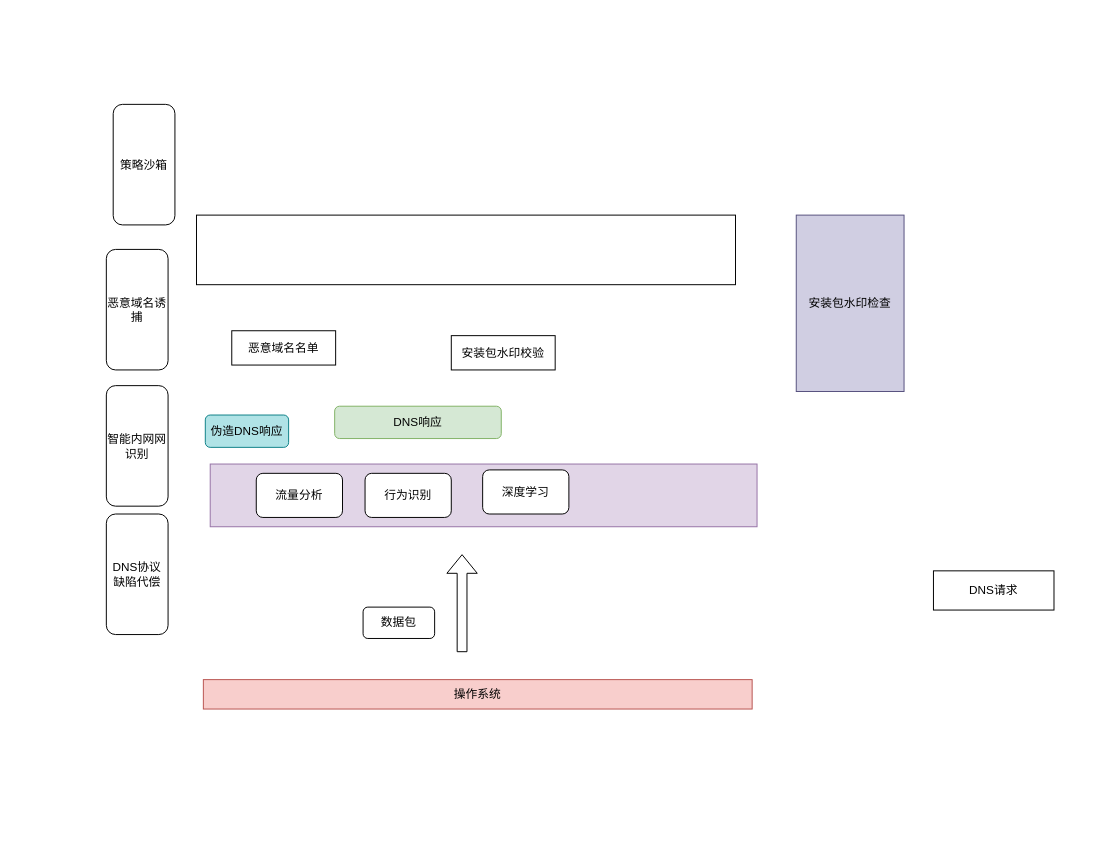
Above: page "第 3 页" (3 of 3) of drawio/dns.drawio in raingnight/Blog_Pic (draw.io), before the change. Source tidied: cells renumbered, new cells numbered last; positions are measured from the earlier drawing's top-left corner, leaving out a move shared by most shapes. Both pictures are drawn from the tidied source at 98%, with x=0, y=0 at pixel (106, 104).
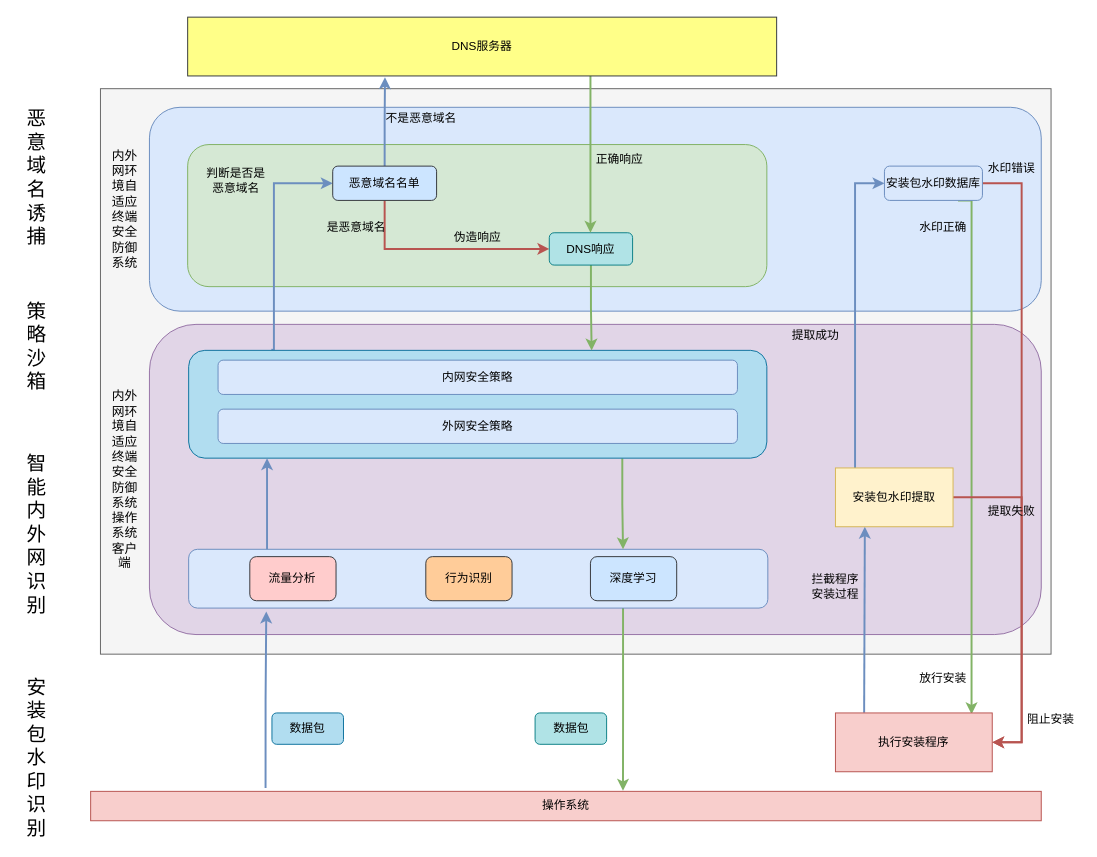
After the change.

Diff of the diagram source:
```diff
@@
-    <mxCell id="2" value="安装包水印检查" style="rounded=0;whiteSpace=wrap;html=1;fillColor=#d0cee2;strokeColor=#56517e;" parent="1" vertex="1">
-      <mxGeometry x="704" y="113" width="110" height="180" as="geometry" />
-    </mxCell>
-    <mxCell id="3" style="rounded=0;whiteSpace=wrap;html=1;fillColor=#e1d5e7;strokeColor=#9673a6;" parent="1" vertex="1">
-      <mxGeometry x="106" y="367" width="558" height="64" as="geometry" />
-    </mxCell>
+    <mxCell id="20" style="rounded=0;whiteSpace=wrap;html=1;fillColor=#f5f5f5;strokeColor=#666666;fontColor=#333333;" parent="1" vertex="1">
+      <mxGeometry x="-6" y="-16" width="970" height="577" as="geometry" />
+    </mxCell>
+    <mxCell id="21" style="rounded=1;whiteSpace=wrap;html=1;fillColor=#e1d5e7;strokeColor=#9673a6;" parent="1" vertex="1">
+      <mxGeometry x="44" y="224.5" width="910" height="316.5" as="geometry" />
+    </mxCell>
+    <mxCell id="22" style="rounded=1;whiteSpace=wrap;html=1;fillColor=#dae8fc;strokeColor=#6c8ebf;" parent="1" vertex="1">
+      <mxGeometry x="44" y="3" width="910" height="208" as="geometry" />
+    </mxCell>
+    <mxCell id="23" style="edgeStyle=orthogonalEdgeStyle;rounded=0;jettySize=auto;html=1;exitX=0.75;exitY=1;exitDx=0;exitDy=0;entryX=0.56;entryY=-0.019;entryDx=0;entryDy=0;strokeWidth=2;fillColor=#d5e8d4;strokeColor=#82b366;entryPerimeter=0;" parent="1" edge="1" source="24" target="4">
+      <mxGeometry relative="1" as="geometry" />
+    </mxCell>
+    <mxCell id="24" style="rounded=1;whiteSpace=wrap;html=1;fillColor=#dae8fc;strokeColor=#6c8ebf;" parent="1" vertex="1">
+      <mxGeometry x="84" y="454" width="591" height="60" as="geometry" />
+    </mxCell>
+    <mxCell id="8" style="rounded=1;whiteSpace=wrap;html=1;fillColor=#d5e8d4;strokeColor=#82b366;" parent="1" vertex="1">
+      <mxGeometry x="83" y="41" width="591" height="145" as="geometry" />
+    </mxCell>
+    <mxCell id="25" style="edgeStyle=orthogonalEdgeStyle;rounded=0;jettySize=auto;html=1;exitX=0.143;exitY=-0.005;exitDx=0;exitDy=0;entryX=0;entryY=0.5;entryDx=0;entryDy=0;exitPerimeter=0;fillColor=#dae8fc;strokeColor=#6c8ebf;strokeWidth=2;" parent="1" edge="1" source="27" target="9">
+      <mxGeometry relative="1" as="geometry">
+        <Array as="points">
+          <mxPoint x="171" y="80" />
+        </Array>
+      </mxGeometry>
+    </mxCell>
+    <mxCell id="26" style="edgeStyle=orthogonalEdgeStyle;rounded=0;jettySize=auto;html=1;exitX=0.75;exitY=1;exitDx=0;exitDy=0;entryX=0.75;entryY=0;entryDx=0;entryDy=0;strokeWidth=2;fillColor=#d5e8d4;strokeColor=#82b366;" parent="1" edge="1" source="27" target="24">
+      <mxGeometry relative="1" as="geometry" />
+    </mxCell>
+    <mxCell id="27" style="rounded=1;whiteSpace=wrap;html=1;fillColor=#b1ddf0;strokeColor=#10739e;" parent="1" vertex="1">
+      <mxGeometry x="84" y="251" width="590" height="110" as="geometry" />
+    </mxCell>
+    <mxCell id="28" style="edgeStyle=orthogonalEdgeStyle;rounded=0;jettySize=auto;html=1;exitX=0.184;exitY=-0.114;exitDx=0;exitDy=0;entryX=0.134;entryY=1.059;entryDx=0;entryDy=0;exitPerimeter=0;entryPerimeter=0;strokeWidth=2;fillColor=#dae8fc;strokeColor=#6c8ebf;" parent="1" edge="1" source="4" target="24">
+      <mxGeometry relative="1" as="geometry" />
+    </mxCell>
     <mxCell id="4" value="操作系统" style="rounded=0;whiteSpace=wrap;html=1;fillColor=#f8cecc;strokeColor=#b85450;" parent="1" vertex="1">
-      <mxGeometry x="99" y="587" width="560" height="30" as="geometry" />
+      <mxGeometry x="-16" y="701" width="970" height="30" as="geometry" />
     </mxCell>
+    <mxCell id="29" style="edgeStyle=orthogonalEdgeStyle;rounded=0;jettySize=auto;html=1;exitX=0.5;exitY=1;exitDx=0;exitDy=0;entryX=0.697;entryY=0.001;entryDx=0;entryDy=0;entryPerimeter=0;strokeWidth=2;fillColor=#d5e8d4;strokeColor=#82b366;" parent="1" edge="1" source="5" target="27">
+      <mxGeometry relative="1" as="geometry" />
+    </mxCell>
-    <mxCell id="5" value="伪造DNS响应" style="rounded=1;whiteSpace=wrap;html=1;fillColor=#b0e3e6;strokeColor=#0e8088;" parent="1" vertex="1">
-      <mxGeometry x="101" y="317" width="85" height="33" as="geometry" />
+    <mxCell id="5" value="DNS响应" style="rounded=1;whiteSpace=wrap;html=1;fillColor=#b0e3e6;strokeColor=#0e8088;" parent="1" vertex="1">
+      <mxGeometry x="452" y="131" width="85" height="33" as="geometry" />
     </mxCell>
-    <mxCell id="6" value="DNS响应" style="rounded=1;whiteSpace=wrap;html=1;fillColor=#d5e8d4;strokeColor=#82b366;" parent="1" vertex="1">
-      <mxGeometry x="233" y="308" width="170" height="33" as="geometry" />
-    </mxCell>
-    <mxCell id="7" value="DNS请求" style="rounded=0;whiteSpace=wrap;html=1;" parent="1" vertex="1">
-      <mxGeometry x="844" y="476" width="123" height="40" as="geometry" />
-    </mxCell>
-    <mxCell id="8" style="rounded=0;whiteSpace=wrap;html=1;" parent="1" vertex="1">
-      <mxGeometry x="92" y="113" width="550" height="71" as="geometry" />
-    </mxCell>
+    <mxCell id="30" style="edgeStyle=orthogonalEdgeStyle;rounded=0;jettySize=auto;html=1;exitX=0.5;exitY=1;exitDx=0;exitDy=0;entryX=0;entryY=0.5;entryDx=0;entryDy=0;fillColor=#f8cecc;strokeColor=#b85450;strokeWidth=2;" parent="1" edge="1" source="9" target="5">
+      <mxGeometry relative="1" as="geometry" />
+    </mxCell>
+    <mxCell id="31" style="edgeStyle=orthogonalEdgeStyle;rounded=0;jettySize=auto;html=1;exitX=0.5;exitY=0;exitDx=0;exitDy=0;entryX=0.335;entryY=1.021;entryDx=0;entryDy=0;entryPerimeter=0;strokeWidth=2;fillColor=#dae8fc;strokeColor=#6c8ebf;" parent="1" edge="1" source="9" target="34">
+      <mxGeometry relative="1" as="geometry" />
+    </mxCell>
-    <mxCell id="9" value="恶意域名名单" style="rounded=0;whiteSpace=wrap;html=1;" parent="1" vertex="1">
-      <mxGeometry x="128" y="231" width="106" height="35" as="geometry" />
+    <mxCell id="9" value="恶意域名名单" style="rounded=1;whiteSpace=wrap;html=1;fillColor=#cce5ff;strokeColor=#36393d;" parent="1" vertex="1">
+      <mxGeometry x="231" y="63" width="106" height="35" as="geometry" />
     </mxCell>
-    <mxCell id="10" value="安装包水印校验" style="rounded=0;whiteSpace=wrap;html=1;" parent="1" vertex="1">
-      <mxGeometry x="352" y="236" width="106" height="35" as="geometry" />
-    </mxCell>
-    <mxCell id="11" value="DNS协议缺陷代偿" style="rounded=1;whiteSpace=wrap;html=1;" parent="1" vertex="1">
-      <mxGeometry y="418" width="63" height="123" as="geometry" />
-    </mxCell>
-    <mxCell id="12" value="智能内网网识别" style="rounded=1;whiteSpace=wrap;html=1;" parent="1" vertex="1">
-      <mxGeometry y="287" width="63" height="123" as="geometry" />
-    </mxCell>
-    <mxCell id="13" value="恶意域名诱捕" style="rounded=1;whiteSpace=wrap;html=1;" parent="1" vertex="1">
-      <mxGeometry y="148" width="63" height="123" as="geometry" />
-    </mxCell>
-    <mxCell id="14" value="策略沙箱" style="rounded=1;whiteSpace=wrap;html=1;" parent="1" vertex="1">
-      <mxGeometry x="7" width="63" height="123" as="geometry" />
-    </mxCell>
-    <mxCell id="15" value="数据包" style="rounded=1;whiteSpace=wrap;html=1;" parent="1" vertex="1">
-      <mxGeometry x="262" y="513" width="73" height="32" as="geometry" />
+    <mxCell id="15" value="数据包" style="rounded=1;whiteSpace=wrap;html=1;fillColor=#b1ddf0;strokeColor=#10739e;" parent="1" vertex="1">
+      <mxGeometry x="169" y="621" width="73" height="32" as="geometry" />
     </mxCell>
-    <mxCell id="16" style="shape=flexArrow;endArrow=classic;html=1;rounded=0;" parent="1" edge="1">
-      <mxGeometry relative="1" as="geometry">
-        <mxPoint x="363" y="559" as="sourcePoint" />
-        <mxPoint x="363" y="459" as="targetPoint" />
-      </mxGeometry>
-    </mxCell>
-    <mxCell id="17" value="流量分析" style="rounded=1;whiteSpace=wrap;html=1;" parent="1" vertex="1">
-      <mxGeometry x="153" y="376.5" width="88" height="45" as="geometry" />
+    <mxCell id="17" value="流量分析" style="rounded=1;whiteSpace=wrap;html=1;fillColor=#ffcccc;strokeColor=#36393d;" parent="1" vertex="1">
+      <mxGeometry x="146.4" y="461.5" width="88" height="45" as="geometry" />
     </mxCell>
-    <mxCell id="18" value="行为识别" style="rounded=1;whiteSpace=wrap;html=1;" parent="1" vertex="1">
-      <mxGeometry x="264" y="376.5" width="88" height="45" as="geometry" />
+    <mxCell id="18" value="行为识别" style="rounded=1;whiteSpace=wrap;html=1;fillColor=#ffcc99;strokeColor=#36393d;" parent="1" vertex="1">
+      <mxGeometry x="326" y="461.5" width="88" height="45" as="geometry" />
     </mxCell>
-    <mxCell id="19" value="深度学习" style="rounded=1;whiteSpace=wrap;html=1;" parent="1" vertex="1">
-      <mxGeometry x="384" y="373" width="88" height="45" as="geometry" />
+    <mxCell id="19" value="深度学习" style="rounded=1;whiteSpace=wrap;html=1;fillColor=#cce5ff;strokeColor=#36393d;" parent="1" vertex="1">
+      <mxGeometry x="494" y="461.5" width="88" height="45" as="geometry" />
     </mxCell>
+    <mxCell id="32" value="内网安全策略" style="rounded=1;whiteSpace=wrap;html=1;fillColor=#dae8fc;strokeColor=#6c8ebf;" parent="1" vertex="1">
+      <mxGeometry x="114" y="261" width="530" height="35" as="geometry" />
+    </mxCell>
+    <mxCell id="33" style="edgeStyle=orthogonalEdgeStyle;rounded=0;jettySize=auto;html=1;fillColor=#d5e8d4;strokeColor=#82b366;strokeWidth=2;" parent="1" edge="1" target="5">
+      <mxGeometry relative="1" as="geometry">
+        <mxPoint x="494" y="-79" as="sourcePoint" />
+      </mxGeometry>
+    </mxCell>
+    <mxCell id="34" value="DNS服务器" style="rounded=0;whiteSpace=wrap;html=1;fillColor=#ffff88;strokeColor=#36393d;" parent="1" vertex="1">
+      <mxGeometry x="83" y="-89" width="601" height="60" as="geometry" />
+    </mxCell>
+    <mxCell id="35" style="edgeStyle=orthogonalEdgeStyle;rounded=0;jettySize=auto;html=1;fillColor=#dae8fc;strokeColor=#6c8ebf;strokeWidth=2;" parent="1" edge="1" source="24">
+      <mxGeometry relative="1" as="geometry">
+        <mxPoint x="164" y="361" as="targetPoint" />
+        <Array as="points">
+          <mxPoint x="164" y="361" />
+        </Array>
+      </mxGeometry>
+    </mxCell>
+    <mxCell id="36" value="伪造响应" style="text;html=1;strokeColor=none;fillColor=none;align=center;verticalAlign=middle;whiteSpace=wrap;rounded=0;" parent="1" vertex="1">
+      <mxGeometry x="349" y="121" width="60" height="30" as="geometry" />
+    </mxCell>
+    <mxCell id="37" value="正确响应" style="text;html=1;strokeColor=none;fillColor=none;align=center;verticalAlign=middle;whiteSpace=wrap;rounded=0;" parent="1" vertex="1">
+      <mxGeometry x="494" y="41" width="60" height="30" as="geometry" />
+    </mxCell>
+    <mxCell id="38" value="判断是否是恶意域名" style="text;html=1;strokeColor=none;fillColor=none;align=center;verticalAlign=middle;whiteSpace=wrap;rounded=0;" parent="1" vertex="1">
+      <mxGeometry x="96" y="63" width="73" height="30" as="geometry" />
+    </mxCell>
+    <mxCell id="39" value="是恶意域名" style="text;html=1;strokeColor=none;fillColor=none;align=center;verticalAlign=middle;whiteSpace=wrap;rounded=0;" parent="1" vertex="1">
+      <mxGeometry x="218.9" y="111" width="73" height="30" as="geometry" />
+    </mxCell>
+    <mxCell id="40" value="不是恶意域名" style="text;html=1;strokeColor=none;fillColor=none;align=center;verticalAlign=middle;whiteSpace=wrap;rounded=0;" parent="1" vertex="1">
+      <mxGeometry x="284" y="-1" width="75.1" height="30" as="geometry" />
+    </mxCell>
+    <mxCell id="41" value="外网安全策略" style="rounded=1;whiteSpace=wrap;html=1;fillColor=#dae8fc;strokeColor=#6c8ebf;" parent="1" vertex="1">
+      <mxGeometry x="114" y="311" width="530" height="35" as="geometry" />
+    </mxCell>
+    <mxCell id="42" value="数据包" style="rounded=1;whiteSpace=wrap;html=1;fillColor=#b0e3e6;strokeColor=#0e8088;" parent="1" vertex="1">
+      <mxGeometry x="437.5" y="621" width="73" height="32" as="geometry" />
+    </mxCell>
+    <mxCell id="43" style="edgeStyle=orthogonalEdgeStyle;rounded=0;jettySize=auto;html=1;exitX=1;exitY=0.5;exitDx=0;exitDy=0;entryX=1;entryY=0.5;entryDx=0;entryDy=0;strokeWidth=2;fillColor=#f8cecc;strokeColor=#b85450;" parent="1" edge="1" source="45" target="47">
+      <mxGeometry relative="1" as="geometry">
+        <Array as="points">
+          <mxPoint x="934" y="80" />
+          <mxPoint x="934" y="651" />
+        </Array>
+      </mxGeometry>
+    </mxCell>
+    <mxCell id="44" style="edgeStyle=orthogonalEdgeStyle;rounded=0;jettySize=auto;html=1;exitX=0.75;exitY=1;exitDx=0;exitDy=0;entryX=0.868;entryY=0.021;entryDx=0;entryDy=0;entryPerimeter=0;strokeWidth=2;fillColor=#d5e8d4;strokeColor=#82b366;" parent="1" edge="1" source="45" target="47">
+      <mxGeometry relative="1" as="geometry">
+        <Array as="points">
+          <mxPoint x="883" y="98" />
+        </Array>
+      </mxGeometry>
+    </mxCell>
+    <mxCell id="45" value="安装包水印数据库" style="rounded=1;whiteSpace=wrap;html=1;fillColor=#dae8fc;strokeColor=#6c8ebf;" parent="1" vertex="1">
+      <mxGeometry x="794" y="63" width="100" height="35" as="geometry" />
+    </mxCell>
+    <mxCell id="46" style="edgeStyle=orthogonalEdgeStyle;rounded=0;jettySize=auto;html=1;entryX=0.25;entryY=1;entryDx=0;entryDy=0;exitX=0.183;exitY=-0.005;exitDx=0;exitDy=0;exitPerimeter=0;fillColor=#dae8fc;strokeColor=#6c8ebf;strokeWidth=2;" parent="1" edge="1" source="47" target="50">
+      <mxGeometry relative="1" as="geometry">
+        <Array as="points">
+          <mxPoint x="774" y="621" />
+        </Array>
+      </mxGeometry>
+    </mxCell>
+    <mxCell id="47" value="执行安装程序" style="rounded=0;whiteSpace=wrap;html=1;fillColor=#f8cecc;strokeColor=#b85450;" parent="1" vertex="1">
+      <mxGeometry x="744" y="621" width="160" height="60" as="geometry" />
+    </mxCell>
+    <mxCell id="48" style="edgeStyle=orthogonalEdgeStyle;rounded=0;jettySize=auto;html=1;entryX=0;entryY=0.5;entryDx=0;entryDy=0;strokeWidth=2;fillColor=#dae8fc;strokeColor=#6c8ebf;" parent="1" edge="1" source="50" target="45">
+      <mxGeometry relative="1" as="geometry">
+        <Array as="points">
+          <mxPoint x="764" y="81" />
+        </Array>
+      </mxGeometry>
+    </mxCell>
+    <mxCell id="49" style="edgeStyle=orthogonalEdgeStyle;rounded=0;jettySize=auto;html=1;exitX=1;exitY=0.5;exitDx=0;exitDy=0;entryX=1;entryY=0.5;entryDx=0;entryDy=0;strokeWidth=2;fillColor=#f8cecc;strokeColor=#b85450;" parent="1" edge="1" source="50" target="47">
+      <mxGeometry relative="1" as="geometry">
+        <Array as="points">
+          <mxPoint x="934" y="401" />
+          <mxPoint x="934" y="651" />
+        </Array>
+      </mxGeometry>
+    </mxCell>
+    <mxCell id="50" value="安装包水印提取" style="rounded=0;whiteSpace=wrap;html=1;fillColor=#fff2cc;strokeColor=#d6b656;" parent="1" vertex="1">
+      <mxGeometry x="744" y="371" width="120" height="60" as="geometry" />
+    </mxCell>
+    <mxCell id="51" value="拦截程序安装过程" style="text;html=1;strokeColor=none;fillColor=none;align=center;verticalAlign=middle;whiteSpace=wrap;rounded=0;" parent="1" vertex="1">
+      <mxGeometry x="714" y="477" width="60" height="30" as="geometry" />
+    </mxCell>
+    <mxCell id="52" value="提取成功" style="text;html=1;strokeColor=none;fillColor=none;align=center;verticalAlign=middle;whiteSpace=wrap;rounded=0;" parent="1" vertex="1">
+      <mxGeometry x="694" y="221" width="60" height="30" as="geometry" />
+    </mxCell>
+    <mxCell id="53" value="水印正确" style="text;html=1;strokeColor=none;fillColor=none;align=center;verticalAlign=middle;whiteSpace=wrap;rounded=0;" parent="1" vertex="1">
+      <mxGeometry x="824" y="111" width="60" height="30" as="geometry" />
+    </mxCell>
+    <mxCell id="54" value="水印错误" style="text;html=1;strokeColor=none;fillColor=none;align=center;verticalAlign=middle;whiteSpace=wrap;rounded=0;" parent="1" vertex="1">
+      <mxGeometry x="894" y="51" width="60" height="30" as="geometry" />
+    </mxCell>
+    <mxCell id="55" value="提取失败" style="text;html=1;strokeColor=none;fillColor=none;align=center;verticalAlign=middle;whiteSpace=wrap;rounded=0;" parent="1" vertex="1">
+      <mxGeometry x="894" y="401" width="60" height="30" as="geometry" />
+    </mxCell>
+    <mxCell id="56" value="放行安装" style="text;html=1;strokeColor=none;fillColor=none;align=center;verticalAlign=middle;whiteSpace=wrap;rounded=0;" parent="1" vertex="1">
+      <mxGeometry x="824" y="571" width="60" height="30" as="geometry" />
+    </mxCell>
+    <mxCell id="57" value="阻止安装" style="text;html=1;strokeColor=none;fillColor=none;align=center;verticalAlign=middle;whiteSpace=wrap;rounded=0;" parent="1" vertex="1">
+      <mxGeometry x="934" y="613" width="60" height="30" as="geometry" />
+    </mxCell>
+    <mxCell id="13" value="恶意域名诱捕" style="text;html=1;strokeColor=none;fillColor=none;align=center;verticalAlign=middle;whiteSpace=wrap;rounded=0;fontSize=20;" parent="1" vertex="1">
+      <mxGeometry x="-86" y="-16" width="30" height="180" as="geometry" />
+    </mxCell>
+    <mxCell id="14" value="策略沙箱" style="text;html=1;strokeColor=none;fillColor=none;align=center;verticalAlign=middle;whiteSpace=wrap;rounded=0;fontSize=20;" parent="1" vertex="1">
+      <mxGeometry x="-91" y="186" width="40" height="120" as="geometry" />
+    </mxCell>
+    <mxCell id="58" value="智能内外网识别" style="text;html=1;strokeColor=none;fillColor=none;align=center;verticalAlign=middle;whiteSpace=wrap;rounded=0;fontSize=20;" parent="1" vertex="1">
+      <mxGeometry x="-91" y="421" width="40" height="33" as="geometry" />
+    </mxCell>
+    <mxCell id="59" value="安装包水印识别" style="text;html=1;strokeColor=none;fillColor=none;align=center;verticalAlign=middle;whiteSpace=wrap;rounded=0;fontSize=20;" parent="1" vertex="1">
+      <mxGeometry x="-86" y="601" width="30" height="130" as="geometry" />
+    </mxCell>
+    <mxCell id="60" value="内外网环境自适应终端安全防御系统" style="text;html=1;strokeColor=none;fillColor=none;align=center;verticalAlign=middle;whiteSpace=wrap;rounded=0;fontSize=13;" parent="1" vertex="1">
+      <mxGeometry x="4" y="17" width="30" height="180" as="geometry" />
+    </mxCell>
+    <mxCell id="61" value="内外网环境自适应终端安全防御系统操作系统客户端" style="text;html=1;strokeColor=none;fillColor=none;align=center;verticalAlign=middle;whiteSpace=wrap;rounded=0;fontSize=13;" parent="1" vertex="1">
+      <mxGeometry x="4" y="292.8" width="30" height="180" as="geometry" />
+    </mxCell>
```
